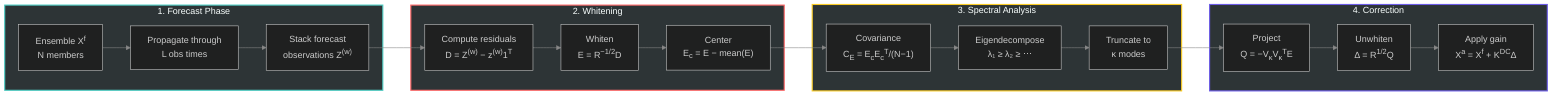
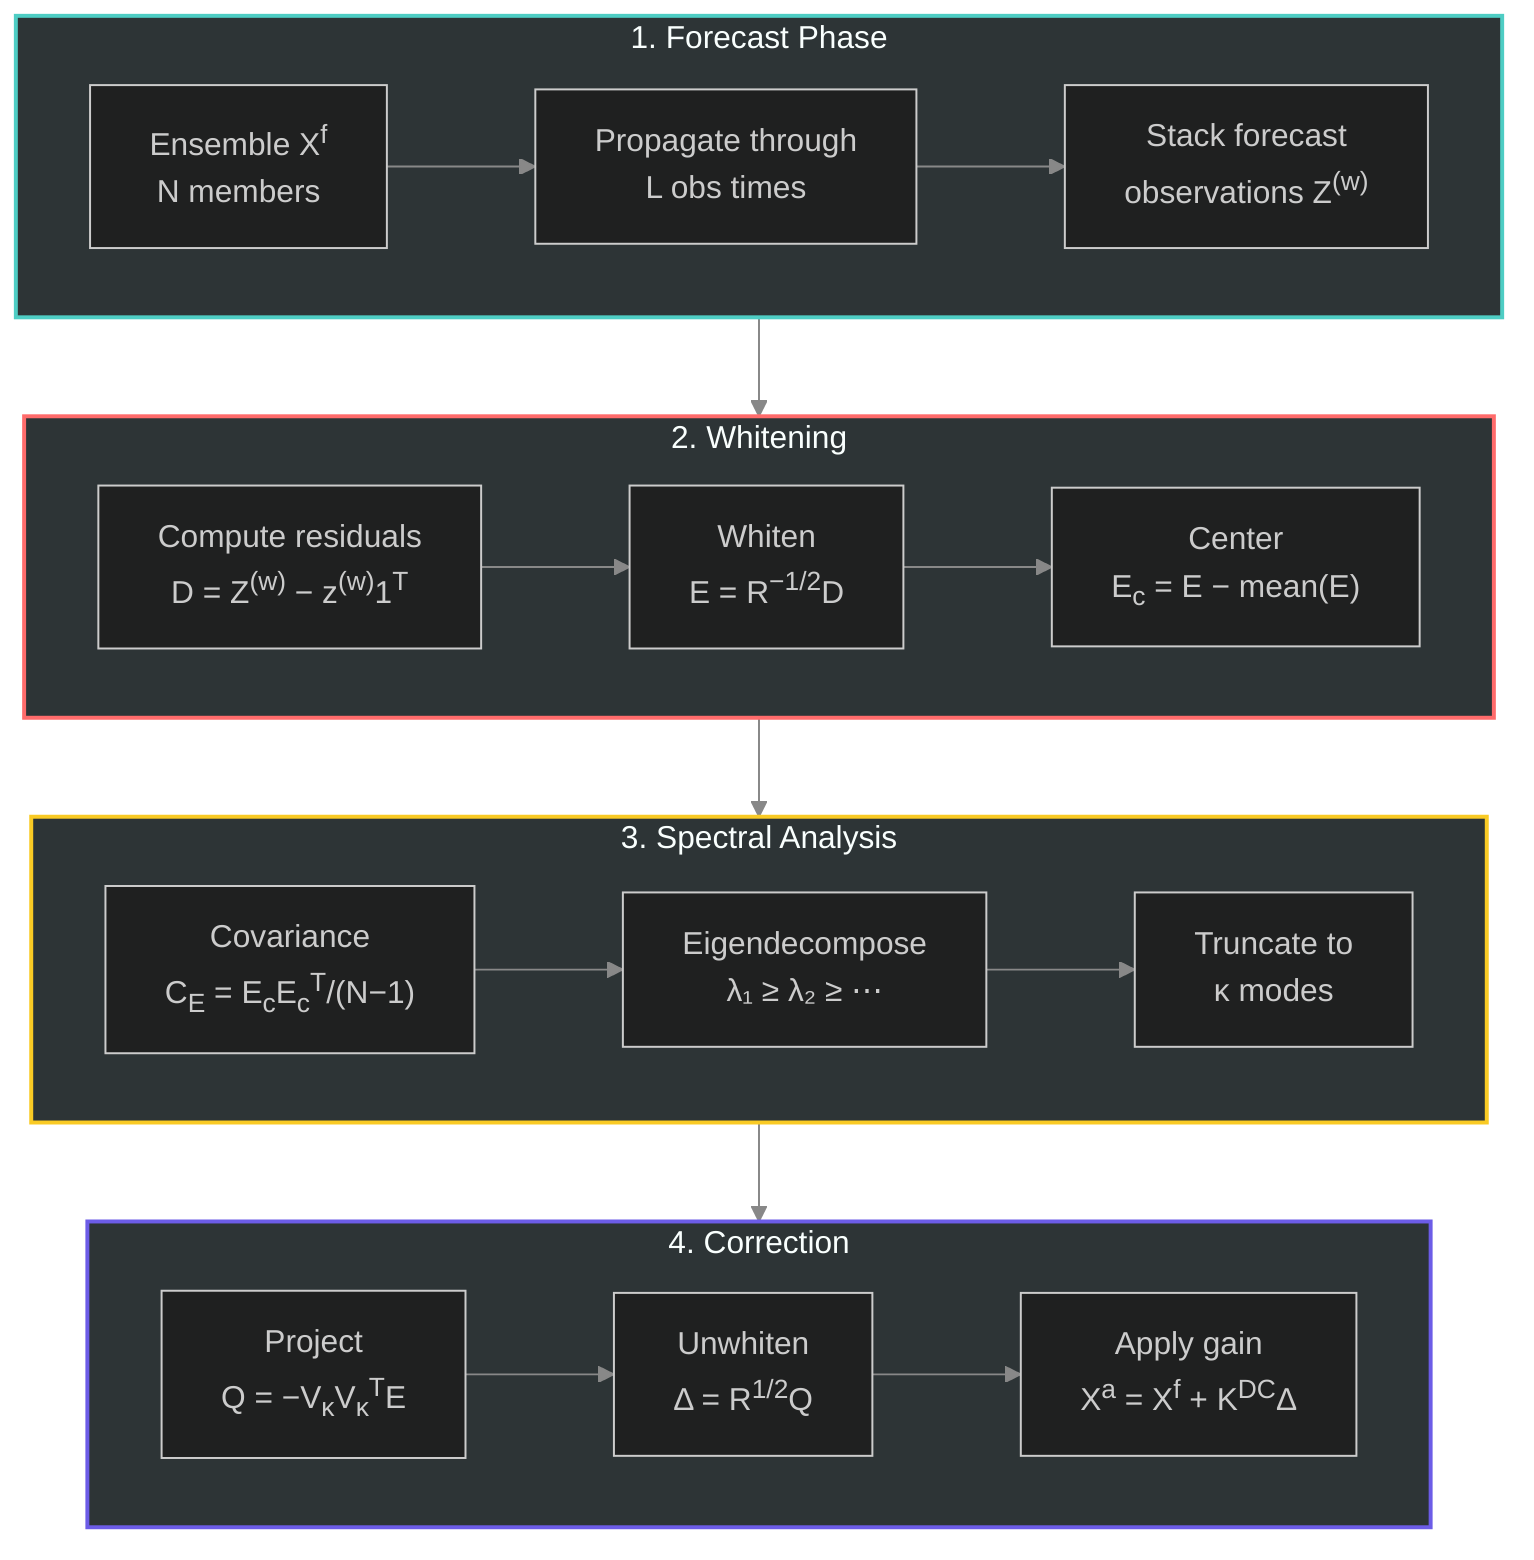
%%{init: {'theme': 'dark', 'themeVariables': {'primaryColor': '#4ecdc4', 'primaryTextColor': '#fff', 'primaryBorderColor': '#4ecdc4', 'lineColor': '#888', 'secondaryColor': '#ff6b6b', 'tertiaryColor': '#2d3436'}}}%%

- flowchart LR
+ flowchart TB
    subgraph FORECAST["1. Forecast Phase"]
+         direction LR
        A["Ensemble X<sup>f</sup><br/>N members"] --> B["Propagate through<br/>L obs times"]
        B --> C["Stack forecast<br/>observations Z<sup>(w)</sup>"]
    end

    subgraph WHITEN["2. Whitening"]
-         C --> D["Compute residuals<br/>D = Z<sup>(w)</sup> − z<sup>(w)</sup>1<sup>T</sup>"]
-         D --> E["Whiten<br/>E = R<sup>−1/2</sup>D"]
+         direction LR
+         D["Compute residuals<br/>D = Z<sup>(w)</sup> − z<sup>(w)</sup>1<sup>T</sup>"] --> E["Whiten<br/>E = R<sup>−1/2</sup>D"]
        E --> F["Center<br/>E<sub>c</sub> = E − mean(E)"]
    end

    subgraph SPECTRAL["3. Spectral Analysis"]
-         F --> G["Covariance<br/>C<sub>E</sub> = E<sub>c</sub>E<sub>c</sub><sup>T</sup>/(N−1)"]
-         G --> H["Eigendecompose<br/>λ₁ ≥ λ₂ ≥ ⋯"]
+         direction LR
+         G["Covariance<br/>C<sub>E</sub> = E<sub>c</sub>E<sub>c</sub><sup>T</sup>/(N−1)"] --> H["Eigendecompose<br/>λ₁ ≥ λ₂ ≥ ⋯"]
        H --> I["Truncate to<br/>κ modes"]
    end

    subgraph CORRECT["4. Correction"]
-         I --> J["Project<br/>Q = −V<sub>κ</sub>V<sub>κ</sub><sup>T</sup>E"]
-         J --> K["Unwhiten<br/>Δ = R<sup>1/2</sup>Q"]
+         direction LR
+         J["Project<br/>Q = −V<sub>κ</sub>V<sub>κ</sub><sup>T</sup>E"] --> K["Unwhiten<br/>Δ = R<sup>1/2</sup>Q"]
        K --> L["Apply gain<br/>X<sup>a</sup> = X<sup>f</sup> + K<sup>DC</sup>Δ"]
    end
+ 
+     FORECAST --> WHITEN
+     WHITEN --> SPECTRAL
+     SPECTRAL --> CORRECT

    style FORECAST fill:#2d3436,stroke:#4ecdc4,stroke-width:2px
    style WHITEN fill:#2d3436,stroke:#ff6b6b,stroke-width:2px
    style SPECTRAL fill:#2d3436,stroke:#f9ca24,stroke-width:2px
    style CORRECT fill:#2d3436,stroke:#6c5ce7,stroke-width:2px
